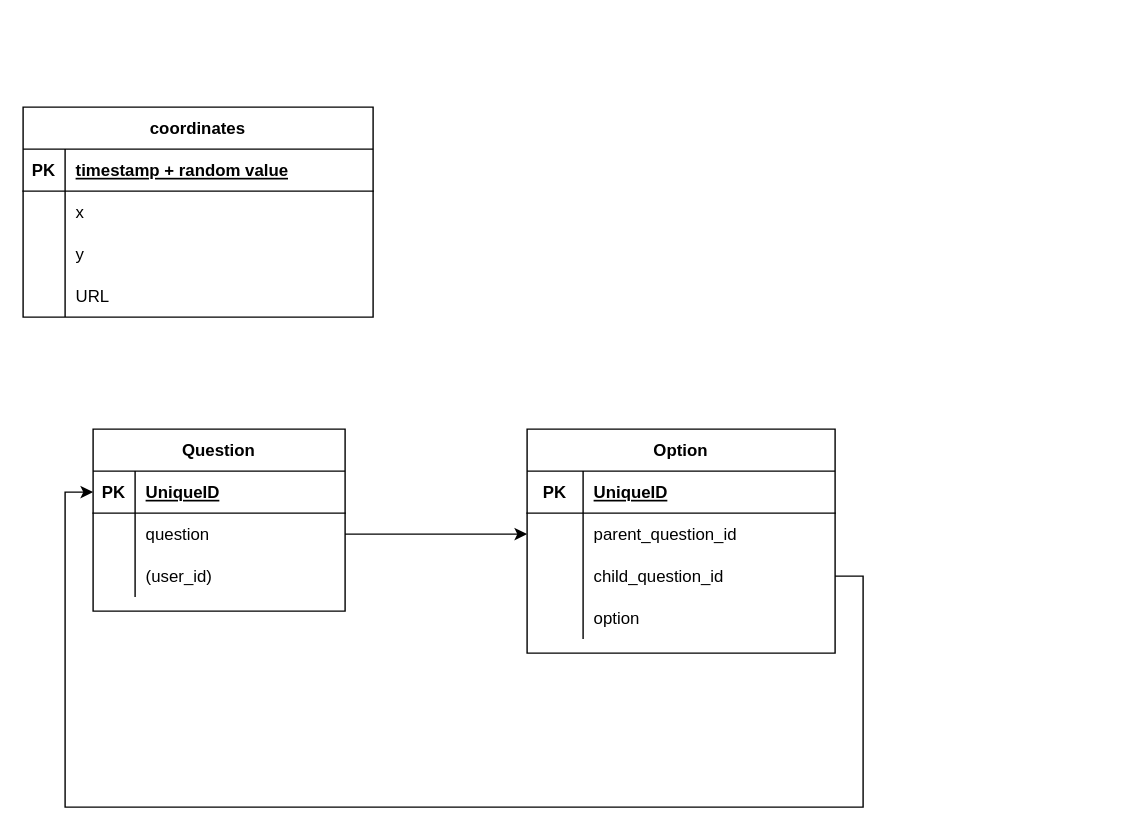
This is er.dio from MizunoJin/prototype, a draw.io file, before an edit. Source tidied: cells renumbered, new cells numbered last; positions are measured from the earlier drawing's top-left corner, leaving out a move shared by most shapes. Both pictures are drawn from the tidied source at 140%, with x=0, y=0 at pixel (22, 106).
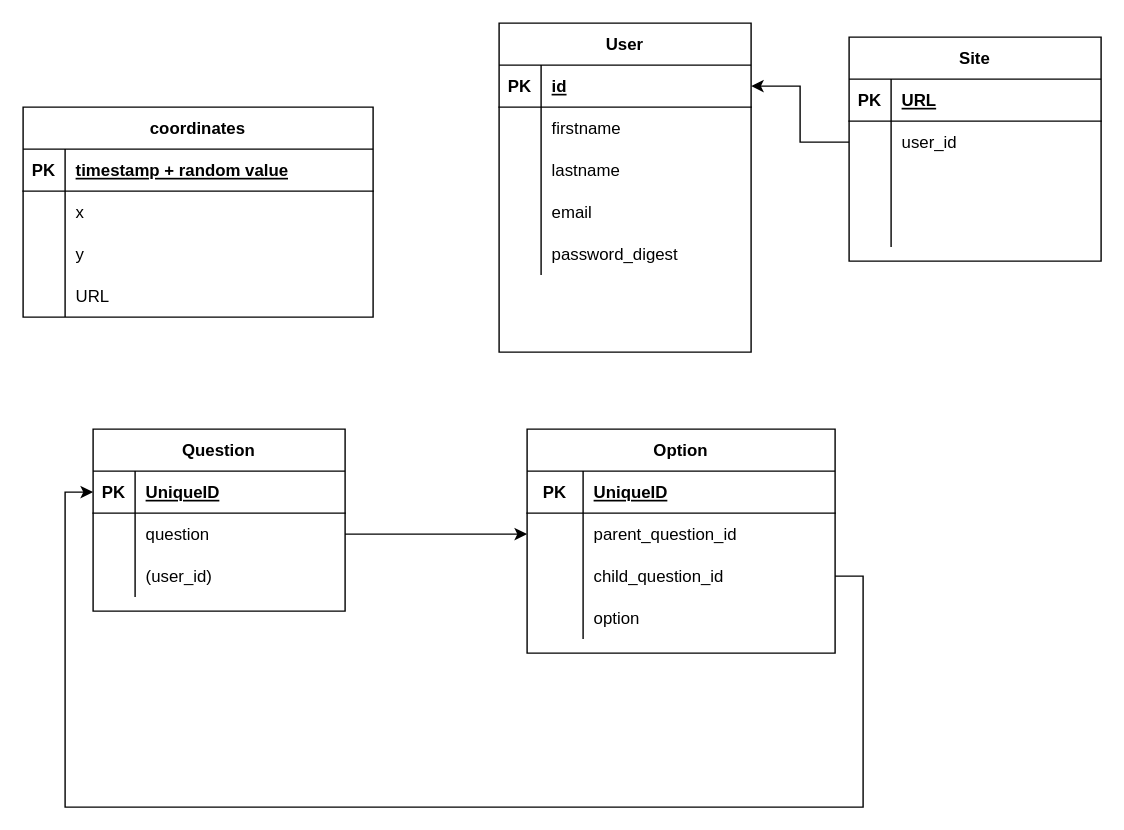
After the change.

The edit, as a diff of the source:
```diff
@@
+    <mxCell id="40" value="User" style="shape=table;startSize=30;childLayout=tableLayout;rowLines=0;fontStyle=1;align=center;" parent="1" vertex="1">
+      <mxGeometry x="340" y="-60" width="180" height="235" as="geometry" />
+    </mxCell>
+    <mxCell id="41" style="shape=partialRectangle;fillColor=none;top=0;left=0;bottom=1;right=0;points=[[0,0.5],[1,0.5]];portConstraint=eastwest;" parent="40" vertex="1">
+      <mxGeometry y="30" width="180" height="30" as="geometry" />
+    </mxCell>
+    <mxCell id="42" value="PK" style="shape=partialRectangle;fillColor=none;top=0;left=0;bottom=0;right=0;fontStyle=1;overflow=hidden;" parent="41" vertex="1">
+      <mxGeometry width="30" height="30" as="geometry" />
+    </mxCell>
+    <mxCell id="43" value="id" style="shape=partialRectangle;fillColor=none;top=0;left=0;bottom=0;right=0;align=left;spacingLeft=6;fontStyle=5;overflow=hidden;" parent="41" vertex="1">
+      <mxGeometry x="30" width="150" height="30" as="geometry" />
+    </mxCell>
+    <mxCell id="44" style="shape=partialRectangle;fillColor=none;top=0;left=0;bottom=0;right=0;" parent="40" vertex="1">
+      <mxGeometry y="60" width="180" height="30" as="geometry" />
+    </mxCell>
+    <mxCell id="45" style="shape=partialRectangle;fillColor=none;top=0;left=0;bottom=0;right=0;overflow=hidden;" parent="44" vertex="1">
+      <mxGeometry width="30" height="30" as="geometry" />
+    </mxCell>
+    <mxCell id="46" value="firstname" style="shape=partialRectangle;fillColor=none;top=0;left=0;bottom=0;right=0;align=left;spacingLeft=6;overflow=hidden;" parent="44" vertex="1">
+      <mxGeometry x="30" width="150" height="30" as="geometry" />
+    </mxCell>
+    <mxCell id="47" style="shape=partialRectangle;fillColor=none;top=0;left=0;bottom=0;right=0;" parent="40" vertex="1">
+      <mxGeometry y="90" width="180" height="30" as="geometry" />
+    </mxCell>
+    <mxCell id="48" style="shape=partialRectangle;fillColor=none;top=0;left=0;bottom=0;right=0;overflow=hidden;" parent="47" vertex="1">
+      <mxGeometry width="30" height="30" as="geometry" />
+    </mxCell>
+    <mxCell id="49" value="lastname" style="shape=partialRectangle;fillColor=none;top=0;left=0;bottom=0;right=0;align=left;spacingLeft=6;overflow=hidden;" parent="47" vertex="1">
+      <mxGeometry x="30" width="150" height="30" as="geometry" />
+    </mxCell>
+    <mxCell id="50" style="shape=partialRectangle;fillColor=none;top=0;left=0;bottom=0;right=0;" parent="40" vertex="1">
+      <mxGeometry y="120" width="180" height="30" as="geometry" />
+    </mxCell>
+    <mxCell id="51" style="shape=partialRectangle;fillColor=none;top=0;left=0;bottom=0;right=0;overflow=hidden;" parent="50" vertex="1">
+      <mxGeometry width="30" height="30" as="geometry" />
+    </mxCell>
+    <mxCell id="52" value="email" style="shape=partialRectangle;fillColor=none;top=0;left=0;bottom=0;right=0;align=left;spacingLeft=6;overflow=hidden;" parent="50" vertex="1">
+      <mxGeometry x="30" width="150" height="30" as="geometry" />
+    </mxCell>
+    <mxCell id="53" style="shape=partialRectangle;fillColor=none;top=0;left=0;bottom=0;right=0;" parent="40" vertex="1">
+      <mxGeometry y="150" width="180" height="30" as="geometry" />
+    </mxCell>
+    <mxCell id="54" style="shape=partialRectangle;fillColor=none;top=0;left=0;bottom=0;right=0;overflow=hidden;" parent="53" vertex="1">
+      <mxGeometry width="30" height="30" as="geometry" />
+    </mxCell>
+    <mxCell id="55" value="password_digest" style="shape=partialRectangle;fillColor=none;top=0;left=0;bottom=0;right=0;align=left;spacingLeft=6;overflow=hidden;" parent="53" vertex="1">
+      <mxGeometry x="30" width="150" height="30" as="geometry" />
+    </mxCell>
+    <mxCell id="56" value="Site" style="shape=table;startSize=30;childLayout=tableLayout;rowLines=0;fontStyle=1;align=center;" parent="1" vertex="1">
+      <mxGeometry x="590" y="-50" width="180" height="160" as="geometry" />
+    </mxCell>
+    <mxCell id="57" style="shape=partialRectangle;fillColor=none;top=0;left=0;bottom=1;right=0;" parent="56" vertex="1">
+      <mxGeometry y="30" width="180" height="30" as="geometry" />
+    </mxCell>
+    <mxCell id="58" value="PK" style="shape=partialRectangle;fillColor=none;top=0;left=0;bottom=0;right=0;fontStyle=1;overflow=hidden;" parent="57" vertex="1">
+      <mxGeometry width="30" height="30" as="geometry" />
+    </mxCell>
+    <mxCell id="59" value="URL" style="shape=partialRectangle;fillColor=none;top=0;left=0;bottom=0;right=0;align=left;spacingLeft=6;fontStyle=5;overflow=hidden;" parent="57" vertex="1">
+      <mxGeometry x="30" width="150" height="30" as="geometry" />
+    </mxCell>
+    <mxCell id="60" style="shape=partialRectangle;fillColor=none;top=0;left=0;bottom=0;right=0;points=[[0,0.5],[1,0.5]];portConstraint=eastwest;" parent="56" vertex="1">
+      <mxGeometry y="60" width="180" height="30" as="geometry" />
+    </mxCell>
+    <mxCell id="61" style="shape=partialRectangle;fillColor=none;top=0;left=0;bottom=0;right=0;overflow=hidden;" parent="60" vertex="1">
+      <mxGeometry width="30" height="30" as="geometry" />
+    </mxCell>
+    <mxCell id="62" value="user_id" style="shape=partialRectangle;fillColor=none;top=0;left=0;bottom=0;right=0;align=left;spacingLeft=6;overflow=hidden;" parent="60" vertex="1">
+      <mxGeometry x="30" width="150" height="30" as="geometry" />
+    </mxCell>
+    <mxCell id="63" style="shape=partialRectangle;fillColor=none;top=0;left=0;bottom=0;right=0;" parent="56" vertex="1">
+      <mxGeometry y="90" width="180" height="30" as="geometry" />
+    </mxCell>
+    <mxCell id="64" style="shape=partialRectangle;fillColor=none;top=0;left=0;bottom=0;right=0;overflow=hidden;" parent="63" vertex="1">
+      <mxGeometry width="30" height="30" as="geometry" />
+    </mxCell>
+    <mxCell id="65" style="shape=partialRectangle;fillColor=none;top=0;left=0;bottom=0;right=0;align=left;spacingLeft=6;overflow=hidden;" parent="63" vertex="1">
+      <mxGeometry x="30" width="150" height="30" as="geometry" />
+    </mxCell>
+    <mxCell id="66" style="shape=partialRectangle;fillColor=none;top=0;left=0;bottom=0;right=0;" parent="56" vertex="1">
+      <mxGeometry y="120" width="180" height="30" as="geometry" />
+    </mxCell>
+    <mxCell id="67" style="shape=partialRectangle;fillColor=none;top=0;left=0;bottom=0;right=0;overflow=hidden;" parent="66" vertex="1">
+      <mxGeometry width="30" height="30" as="geometry" />
+    </mxCell>
+    <mxCell id="68" style="shape=partialRectangle;fillColor=none;top=0;left=0;bottom=0;right=0;align=left;spacingLeft=6;overflow=hidden;" parent="66" vertex="1">
+      <mxGeometry x="30" width="150" height="30" as="geometry" />
+    </mxCell>
+    <mxCell id="69" style="edgeStyle=orthogonalEdgeStyle;rounded=0;jettySize=auto;html=1;entryX=1;entryY=0.5;entryDx=0;entryDy=0;" parent="1" edge="1" source="60" target="41">
+      <mxGeometry relative="1" as="geometry" />
+    </mxCell>
```
